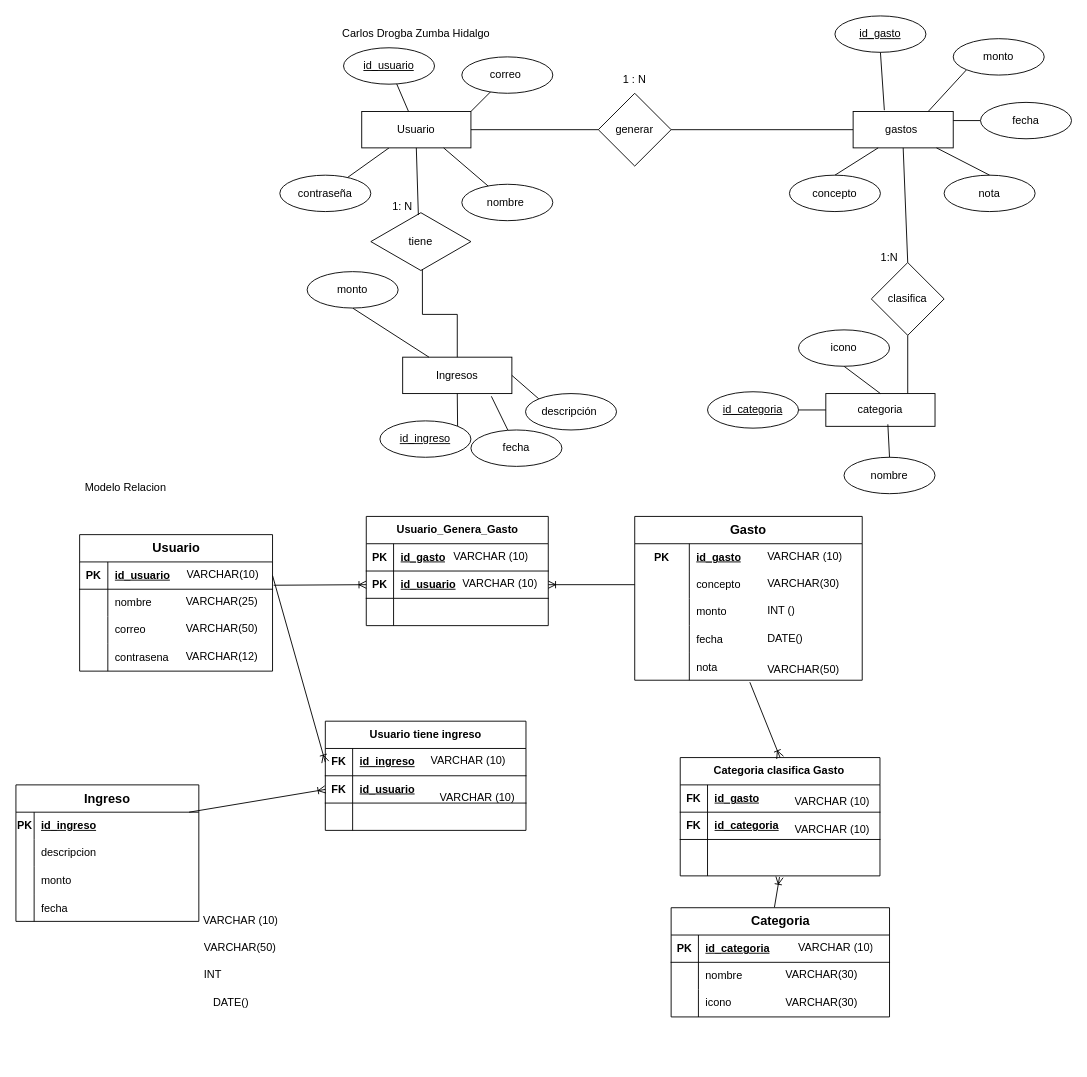
Above: Proyecto de unidad 1.drawio in CarlosZumba16/Base-de-Datos-Unidad-1 (draw.io), before the change. Source tidied: cells renumbered, new cells numbered last; positions are measured from the earlier drawing's top-left corner, leaving out a move shared by most shapes. Both pictures are drawn from the tidied source at 91%, with x=0, y=0 at pixel (15, 15).
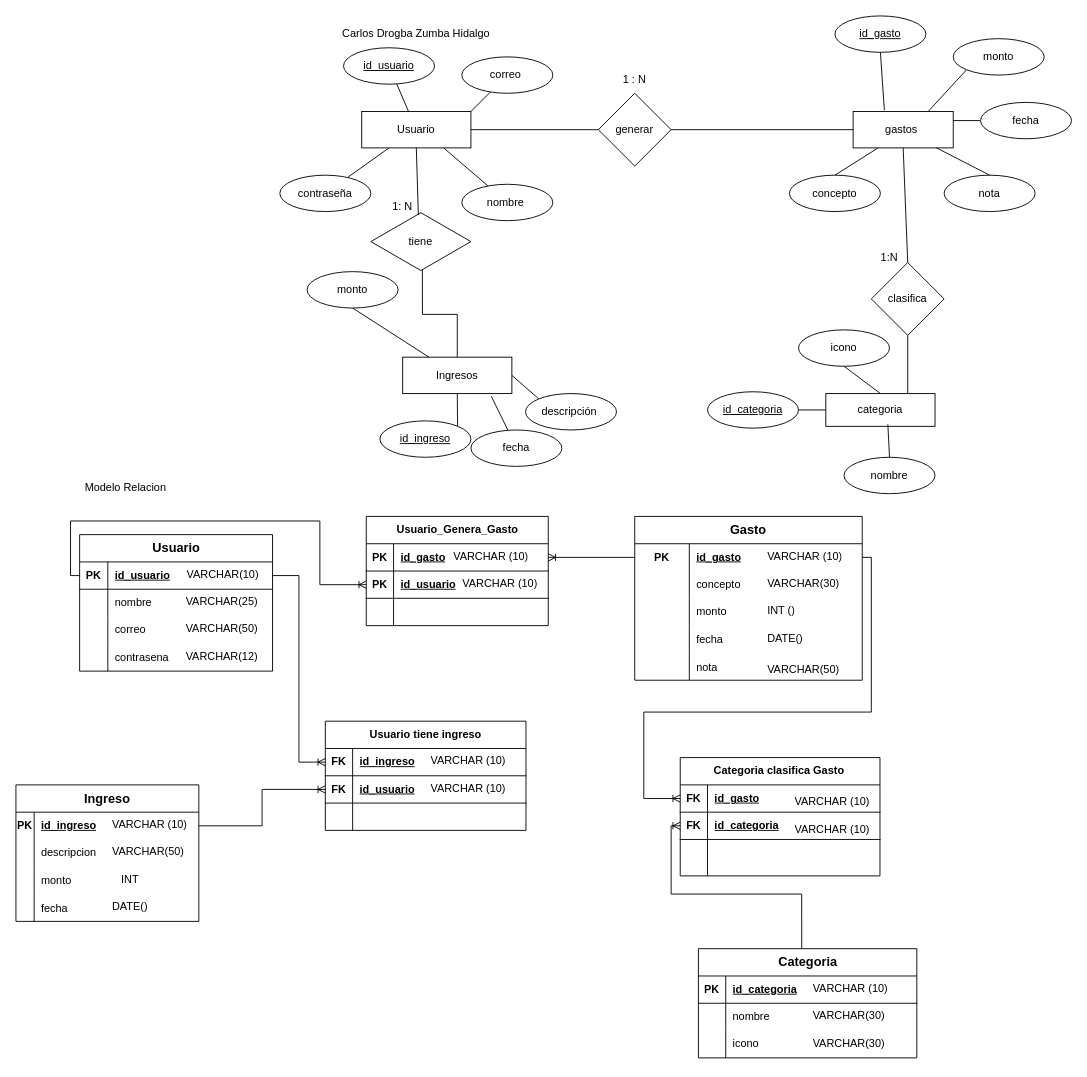
Above is the later version.

The change refers to these unchanged cells:
```xml
<mxCell id="52" style="shape=tableRow;horizontal=0;startSize=0;swimlaneHead=0;swimlaneBody=0;fillColor=none;points=[[0,0.5],[1,0.5]];portConstraint=eastwest;top=0;left=0;right=0;bottom=1;" parent="51" vertex="1">
  <mxGeometry y="30" width="212" height="30" as="geometry" />
</mxCell>
<mxCell id="65" style="shape=tableRow;horizontal=0;startSize=0;swimlaneHead=0;swimlaneBody=0;fillColor=none;points=[[0,0.5],[1,0.5]];portConstraint=eastwest;top=0;left=0;right=0;bottom=0;html=1;" parent="64" vertex="1">
  <mxGeometry y="30" width="201" height="30" as="geometry" />
</mxCell>
<mxCell id="96" style="shape=tableRow;horizontal=0;startSize=0;swimlaneHead=0;swimlaneBody=0;fillColor=none;points=[[0,0.5],[1,0.5]];portConstraint=eastwest;top=0;left=0;right=0;bottom=0;html=1;" parent="95" vertex="1">
  <mxGeometry y="30" width="250" height="30" as="geometry" />
</mxCell>
<mxCell id="99" style="shape=tableRow;horizontal=0;startSize=0;swimlaneHead=0;swimlaneBody=0;fillColor=none;points=[[0,0.5],[1,0.5]];portConstraint=eastwest;top=0;left=0;right=0;bottom=0;html=1;" parent="95" vertex="1">
  <mxGeometry y="60" width="250" height="30" as="geometry" />
</mxCell>
<mxCell id="108" style="shape=tableRow;horizontal=0;startSize=0;swimlaneHead=0;swimlaneBody=0;fillColor=none;points=[[0,0.5],[1,0.5]];portConstraint=eastwest;top=0;left=0;right=0;bottom=0;" parent="95" vertex="1">
  <mxGeometry y="150" width="250" height="30" as="geometry" />
</mxCell>
<mxCell id="122" style="shape=tableRow;horizontal=0;startSize=0;swimlaneHead=0;swimlaneBody=0;fillColor=none;points=[[0,0.5],[1,0.5]];portConstraint=eastwest;top=0;left=0;right=0;bottom=1;" parent="121" vertex="1">
  <mxGeometry y="30" width="200" height="30" as="geometry" />
</mxCell>
<mxCell id="125" style="shape=tableRow;horizontal=0;startSize=0;swimlaneHead=0;swimlaneBody=0;fillColor=none;points=[[0,0.5],[1,0.5]];portConstraint=eastwest;top=0;left=0;right=0;bottom=1;" parent="121" vertex="1">
  <mxGeometry y="60" width="200" height="30" as="geometry" />
</mxCell>
<mxCell id="132" value="VARCHAR(10)" style="text;strokeColor=none;fillColor=none;spacingLeft=4;spacingRight=4;overflow=hidden;points=[[0,0.5],[1,0.5]];portConstraint=eastwest;fontSize=12;whiteSpace=wrap;html=1;" parent="1" vertex="1">
  <mxGeometry x="182" y="600" width="100" height="30" as="geometry" />
</mxCell>
<mxCell id="134" style="shape=tableRow;horizontal=0;startSize=0;swimlaneHead=0;swimlaneBody=0;fillColor=none;points=[[0,0.5],[1,0.5]];portConstraint=eastwest;top=0;left=0;right=0;bottom=1;" parent="133" vertex="1">
  <mxGeometry y="30" width="220.5" height="30" as="geometry" />
</mxCell>
<mxCell id="137" style="shape=tableRow;horizontal=0;startSize=0;swimlaneHead=0;swimlaneBody=0;fillColor=none;points=[[0,0.5],[1,0.5]];portConstraint=eastwest;top=0;left=0;right=0;bottom=1;" parent="133" vertex="1">
  <mxGeometry y="60" width="220.5" height="30" as="geometry" />
</mxCell>
<mxCell id="144" value="Categoria clasifica Gasto&amp;nbsp;" style="shape=table;startSize=30;childLayout=tableLayout;rowLines=0;fontStyle=1;align=center;html=1;" parent="1" vertex="1">
  <mxGeometry x="730" y="815" width="219.5" height="130" as="geometry" />
</mxCell>
<mxCell id="145" style="shape=tableRow;horizontal=0;startSize=0;swimlaneHead=0;swimlaneBody=0;fillColor=none;points=[[0,0.5],[1,0.5]];portConstraint=eastwest;top=0;left=0;right=0;bottom=1;" parent="144" vertex="1">
  <mxGeometry y="30" width="219.5" height="30" as="geometry" />
</mxCell>
<mxCell id="148" style="shape=tableRow;horizontal=0;startSize=0;swimlaneHead=0;swimlaneBody=0;fillColor=none;points=[[0,0.5],[1,0.5]];portConstraint=eastwest;top=0;left=0;right=0;bottom=1;" parent="144" vertex="1">
  <mxGeometry y="60" width="219.5" height="30" as="geometry" />
</mxCell>
<mxCell id="151" style="shape=tableRow;horizontal=0;startSize=0;swimlaneHead=0;swimlaneBody=0;fillColor=none;points=[[0,0.5],[1,0.5]];portConstraint=eastwest;top=0;left=0;right=0;bottom=0;" parent="144" vertex="1">
  <mxGeometry y="90" width="219.5" height="40" as="geometry" />
</mxCell>
```

Change to the diagram source:
```diff
@@
     <mxCell id="77" value="VARCHAR (10)" style="text;strokeColor=none;fillColor=none;spacingLeft=4;spacingRight=4;overflow=hidden;fontSize=12;whiteSpace=wrap;html=1;" parent="1" vertex="1">
-      <mxGeometry x="200" y="980" width="100" height="30" as="geometry" />
+      <mxGeometry x="100" y="875" width="100" height="30" as="geometry" />
     </mxCell>
-    <mxCell id="78" style="fontSize=12;html=1;endArrow=ERoneToMany;rounded=0;entryX=0;entryY=0.5;entryDx=0;entryDy=0;exitX=1;exitY=0.5;exitDx=0;exitDy=0;" parent="1" edge="1" source="132" target="134">
+    <mxCell id="78" style="fontSize=12;html=1;endArrow=ERoneToMany;rounded=0;entryX=0;entryY=0.5;entryDx=0;entryDy=0;exitX=1;exitY=0.5;exitDx=0;exitDy=0;edgeStyle=orthogonalEdgeStyle;" parent="1" edge="1" source="132" target="134">
       <mxGeometry relative="1" as="geometry" />
     </mxCell>
@@
     <mxCell id="82" value="VARCHAR(50)" style="text;strokeColor=none;fillColor=none;spacingLeft=4;spacingRight=4;overflow=hidden;fontSize=12;whiteSpace=wrap;html=1;" parent="1" vertex="1">
-      <mxGeometry x="201" y="1010" width="100" height="30" as="geometry" />
+      <mxGeometry x="100" y="905" width="100" height="30" as="geometry" />
     </mxCell>
     <mxCell id="83" value="INT&amp;nbsp;" style="text;strokeColor=none;fillColor=none;spacingLeft=4;spacingRight=4;overflow=hidden;fontSize=12;whiteSpace=wrap;html=1;" parent="1" vertex="1">
-      <mxGeometry x="201" y="1040" width="100" height="30" as="geometry" />
+      <mxGeometry x="110" y="935" width="100" height="30" as="geometry" />
     </mxCell>
     <mxCell id="84" value="DATE()" style="text;strokeColor=none;fillColor=none;spacingLeft=4;spacingRight=4;overflow=hidden;fontSize=12;whiteSpace=wrap;html=1;" parent="1" vertex="1">
-      <mxGeometry x="211" y="1070" width="100" height="30" as="geometry" />
+      <mxGeometry x="100" y="965" width="100" height="30" as="geometry" />
     </mxCell>
     <mxCell id="85" value="&lt;font style=&quot;font-size: 14px;&quot;&gt;Categoria&lt;/font&gt;" style="shape=table;startSize=30;childLayout=tableLayout;rowLines=0;fontStyle=1;align=center;html=1;" parent="1" vertex="1">
-      <mxGeometry x="720" y="980" width="240" height="120" as="geometry" />
+      <mxGeometry x="750" y="1025" width="240" height="120" as="geometry" />
     </mxCell>
@@
-    <mxCell id="111" style="fontSize=12;html=1;endArrow=ERoneToMany;rounded=0;exitX=1.006;exitY=0.854;exitDx=0;exitDy=0;exitPerimeter=0;entryX=0;entryY=0.5;entryDx=0;entryDy=0;" parent="1" edge="1" source="52" target="125">
-      <mxGeometry relative="1" as="geometry" />
+    <mxCell id="111" style="fontSize=12;html=1;endArrow=ERoneToMany;rounded=0;exitX=0;exitY=0.5;exitDx=0;exitDy=0;entryX=0;entryY=0.5;entryDx=0;entryDy=0;edgeStyle=orthogonalEdgeStyle;" parent="1" edge="1" source="52" target="125">
+      <mxGeometry relative="1" as="geometry">
+        <Array as="points">
+          <mxPoint x="60" y="615" />
+          <mxPoint x="60" y="555" />
+          <mxPoint x="334" y="555" />
+          <mxPoint x="334" y="625" />
+        </Array>
+      </mxGeometry>
     </mxCell>
-    <mxCell id="112" style="fontSize=12;html=1;endArrow=ERoneToMany;rounded=0;exitX=0.473;exitY=-0.004;exitDx=0;exitDy=0;exitPerimeter=0;entryX=0.497;entryY=1.033;entryDx=0;entryDy=0;entryPerimeter=0;" parent="1" edge="1" source="85" target="151">
+    <mxCell id="112" style="fontSize=12;html=1;endArrow=ERoneToMany;rounded=0;exitX=0.473;exitY=-0.004;exitDx=0;exitDy=0;exitPerimeter=0;entryX=0;entryY=0.5;entryDx=0;entryDy=0;edgeStyle=orthogonalEdgeStyle;" parent="1" edge="1" source="85" target="148">
       <mxGeometry relative="1" as="geometry" />
     </mxCell>
@@
     <mxCell id="114" value="VARCHAR (10)" style="text;strokeColor=none;fillColor=none;spacingLeft=4;spacingRight=4;overflow=hidden;fontSize=12;whiteSpace=wrap;html=1;" parent="1" vertex="1">
-      <mxGeometry x="854" y="1010" width="100" height="30" as="geometry" />
+      <mxGeometry x="870" y="1055" width="100" height="30" as="geometry" />
     </mxCell>
@@
     <mxCell id="119" value="VARCHAR(30)" style="text;strokeColor=none;fillColor=none;spacingLeft=4;spacingRight=4;overflow=hidden;fontSize=12;whiteSpace=wrap;html=1;" parent="1" vertex="1">
-      <mxGeometry x="840" y="1040" width="100" height="30" as="geometry" />
+      <mxGeometry x="870" y="1085" width="100" height="30" as="geometry" />
     </mxCell>
     <mxCell id="120" value="VARCHAR(30)" style="text;strokeColor=none;fillColor=none;spacingLeft=4;spacingRight=4;overflow=hidden;fontSize=12;whiteSpace=wrap;html=1;" parent="1" vertex="1">
-      <mxGeometry x="840" y="1070" width="100" height="30" as="geometry" />
+      <mxGeometry x="870" y="1115" width="100" height="30" as="geometry" />
     </mxCell>
@@
-    <mxCell id="131" style="fontSize=12;html=1;endArrow=ERoneToMany;rounded=0;exitX=0;exitY=0.5;exitDx=0;exitDy=0;entryX=1;entryY=0.5;entryDx=0;entryDy=0;" parent="1" edge="1" source="99" target="125">
+    <mxCell id="131" style="fontSize=12;html=1;endArrow=ERoneToMany;rounded=0;exitX=0;exitY=0.5;exitDx=0;exitDy=0;entryX=1;entryY=0.5;entryDx=0;entryDy=0;" parent="1" edge="1" source="96" target="122">
       <mxGeometry relative="1" as="geometry" />
     </mxCell>
@@
-    <mxCell id="143" style="fontSize=12;html=1;endArrow=ERoneToMany;rounded=0;entryX=0;entryY=0.5;entryDx=0;entryDy=0;" parent="1" edge="1" source="65" target="137">
+    <mxCell id="143" style="fontSize=12;html=1;endArrow=ERoneToMany;rounded=0;entryX=0;entryY=0.5;entryDx=0;entryDy=0;edgeStyle=orthogonalEdgeStyle;" parent="1" edge="1" source="65" target="137">
       <mxGeometry relative="1" as="geometry" />
     </mxCell>
@@
-    <mxCell id="154" style="fontSize=12;html=1;endArrow=ERoneToMany;rounded=0;exitX=0.506;exitY=1.073;exitDx=0;exitDy=0;exitPerimeter=0;entryX=0.5;entryY=0;entryDx=0;entryDy=0;" parent="1" edge="1" source="108" target="144">
-      <mxGeometry relative="1" as="geometry" />
+    <mxCell id="154" style="fontSize=12;html=1;endArrow=ERoneToMany;rounded=0;exitX=1;exitY=0.5;exitDx=0;exitDy=0;entryX=0;entryY=0.5;entryDx=0;entryDy=0;edgeStyle=orthogonalEdgeStyle;" parent="1" edge="1" source="96" target="145">
+      <mxGeometry relative="1" as="geometry">
+        <Array as="points">
+          <mxPoint x="940" y="595" />
+          <mxPoint x="940" y="765" />
+          <mxPoint x="690" y="765" />
+          <mxPoint x="690" y="860" />
+        </Array>
+      </mxGeometry>
     </mxCell>
@@
     <mxCell id="160" value="VARCHAR (10)" style="text;strokeColor=none;fillColor=none;spacingLeft=4;spacingRight=4;overflow=hidden;fontSize=12;whiteSpace=wrap;html=1;" parent="1" vertex="1">
-      <mxGeometry x="460" y="845" width="100" height="30" as="geometry" />
+      <mxGeometry x="450" y="835" width="100" height="30" as="geometry" />
     </mxCell>
```
